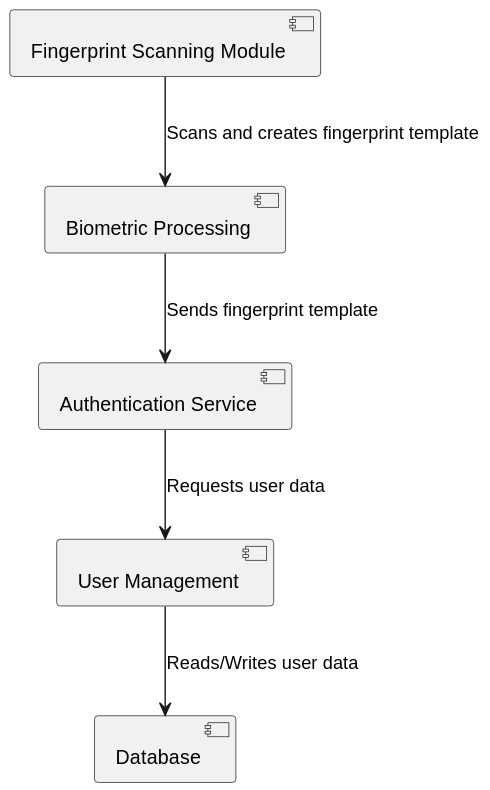
Before: Lab 2/Component_Diagram.svg, a diagram exported from PlantUML (SkyTech131/Software-and-System-Developement). Its diagram source:
```plantuml
@startuml

component "Fingerprint Scanning Module" as Scanner
component "Biometric Processing" as Processor
component "Authentication Service" as AuthService
component "User Management" as UserMgmt
component "Database" as Database

Scanner --> Processor : Scans and creates fingerprint template
Processor --> AuthService : Sends fingerprint template
AuthService --> UserMgmt : Requests user data
UserMgmt --> Database : Reads/Writes user data
@enduml
```
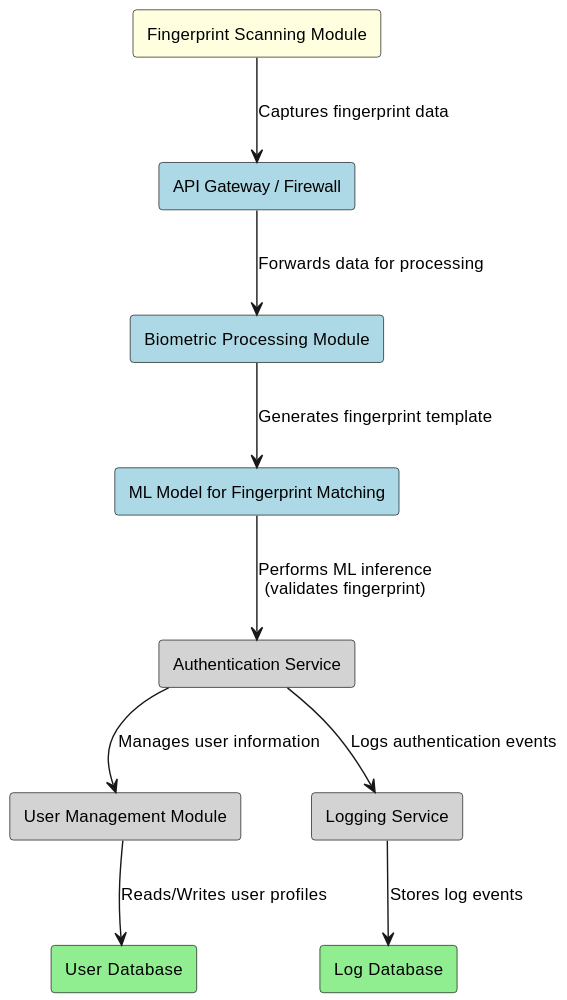
Above is the later version.

The edit, as a diff of the source:
```diff
@@ -1,13 +1,26 @@
 @startuml
 
-component "Fingerprint Scanning Module" as Scanner
-component "Biometric Processing" as Processor
-component "Authentication Service" as AuthService
-component "User Management" as UserMgmt
-component "Database" as Database
+skinparam defaultFontName "Arial"
+skinparam defaultFontSize 12
+skinparam componentStyle rectangle
+top to bottom direction
 
-Scanner --> Processor : Scans and creates fingerprint template
-Processor --> AuthService : Sends fingerprint template
-AuthService --> UserMgmt : Requests user data
-UserMgmt --> Database : Reads/Writes user data
+rectangle "Fingerprint Scanning Module" as FSM #lightyellow
+rectangle "API Gateway / Firewall" as APIGW #lightblue
+rectangle "Biometric Processing Module" as BPM #lightblue
+rectangle "ML Model for Fingerprint Matching" as MLModel #lightblue
+rectangle "Authentication Service" as AS #lightgray
+rectangle "User Management Module" as UMM #lightgray
+rectangle "Logging Service" as LS #lightgray
+rectangle "User Database" as UDB #lightgreen
+rectangle "Log Database" as LDB #lightgreen
+
+FSM --> APIGW : Captures fingerprint data
+APIGW --> BPM : Forwards data for processing
+BPM --> MLModel : Generates fingerprint template
+MLModel --> AS : Performs ML inference\n(validates fingerprint)
+AS --> UMM : Manages user information
+AS --> LS : Logs authentication events
+UMM --> UDB : Reads/Writes user profiles
+LS --> LDB : Stores log events
 @enduml
```
